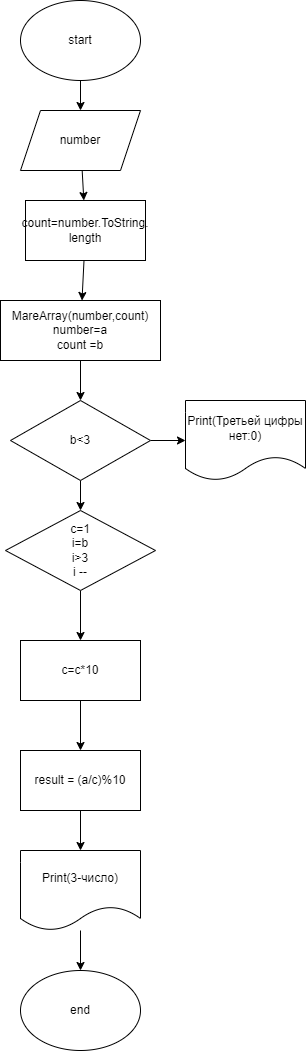
Above: Work6/6.drawio.png in Mari745/Homework (draw.io), before the change. Source tidied: cells renumbered, new cells last; positions are measured from the earlier drawing's top-left corner, leaving out a move shared by most shapes.
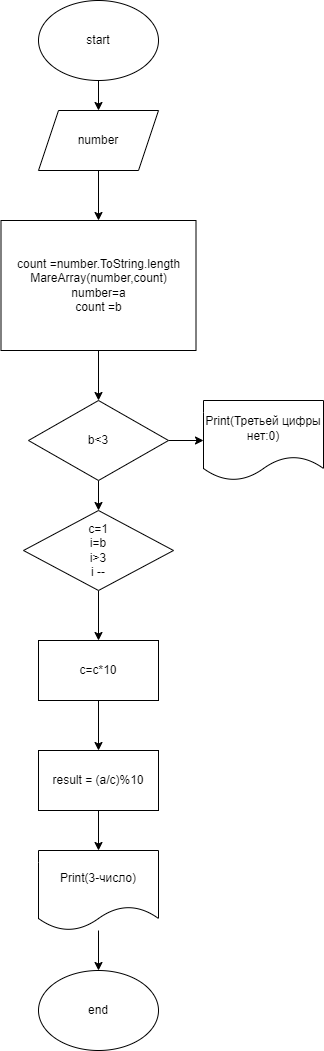
After the commit.

Change to the diagram source:
```diff
@@ -8,23 +8,17 @@
     <mxCell id="3" value="start" style="ellipse;whiteSpace=wrap;html=1;" parent="1" vertex="1">
       <mxGeometry x="20" width="120" height="80" as="geometry" />
     </mxCell>
-    <mxCell id="4" style="edgeStyle=none;html=1;" parent="1" edge="1" source="5" target="7">
-      <mxGeometry relative="1" as="geometry" />
-    </mxCell>
+    <mxCell id="24" style="edgeStyle=none;html=1;" parent="1" edge="1" source="5" target="9">
+      <mxGeometry relative="1" as="geometry" />
+    </mxCell>
     <mxCell id="5" value="number" style="shape=parallelogram;perimeter=parallelogramPerimeter;whiteSpace=wrap;html=1;fixedSize=1;" parent="1" vertex="1">
       <mxGeometry x="20" y="110" width="120" height="60" as="geometry" />
     </mxCell>
-    <mxCell id="6" style="edgeStyle=none;html=1;" parent="1" edge="1" source="7" target="9">
-      <mxGeometry relative="1" as="geometry" />
-    </mxCell>
-    <mxCell id="7" value="count=number.ToString. length" style="rounded=0;whiteSpace=wrap;html=1;" parent="1" vertex="1">
-      <mxGeometry x="25" y="200" width="120" height="60" as="geometry" />
-    </mxCell>
     <mxCell id="8" style="edgeStyle=none;html=1;" parent="1" edge="1" source="9" target="12">
       <mxGeometry relative="1" as="geometry" />
     </mxCell>
-    <mxCell id="9" value="MareArray(number,count)&lt;br&gt;number=a&lt;br&gt;count =b" style="rounded=0;whiteSpace=wrap;html=1;" parent="1" vertex="1">
-      <mxGeometry y="300" width="160" height="60" as="geometry" />
+    <mxCell id="9" value="count =number.ToString.length MareArray(number,count)&lt;br&gt;number=a&lt;br&gt;count =b" style="rounded=0;whiteSpace=wrap;html=1;" parent="1" vertex="1">
+      <mxGeometry x="-17.5" y="220" width="195" height="130" as="geometry" />
     </mxCell>
     <mxCell id="10" style="edgeStyle=none;html=1;" parent="1" edge="1" source="12" target="13">
       <mxGeometry relative="1" as="geometry" />
```
